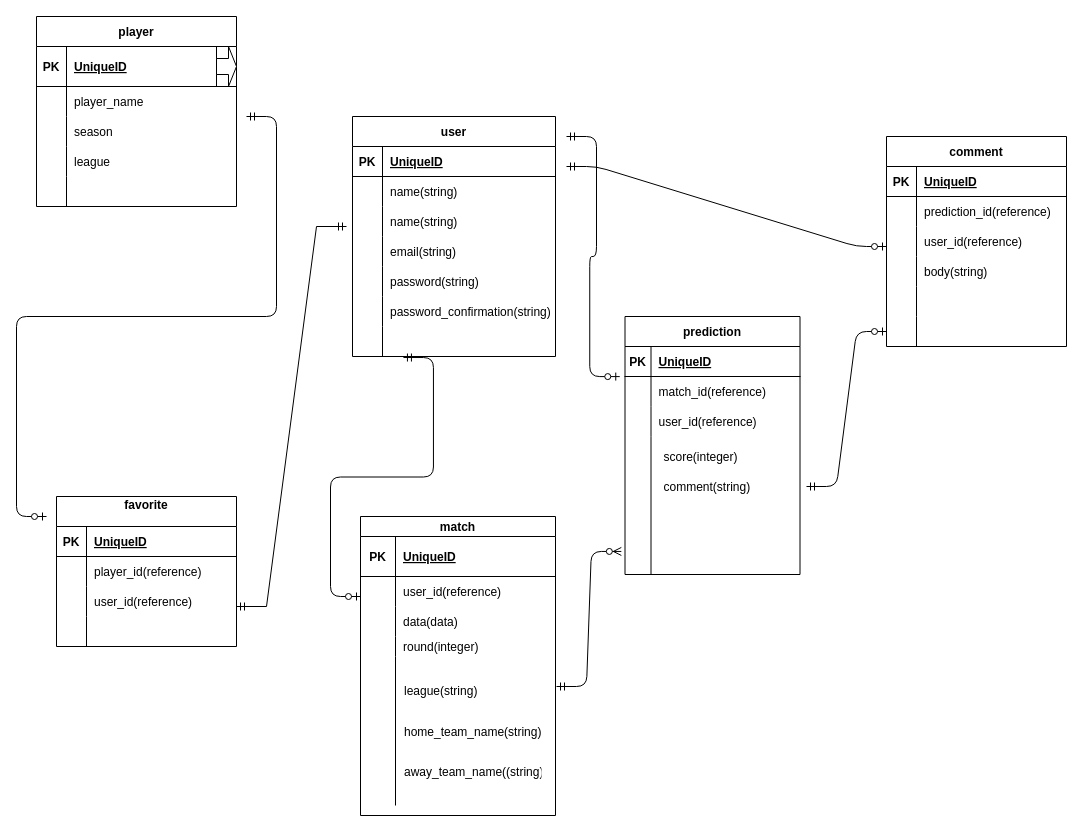
Earlier version of the draw.io diagram er_sample.drawio (Masaki-ohara/Players-Serach). Source tidied: cells renumbered, new cells numbered last; positions are measured from the earlier drawing's top-left corner, leaving out a move shared by most shapes. Both pictures are drawn from the tidied source at 100%, with x=0, y=0 at pixel (36, 16).
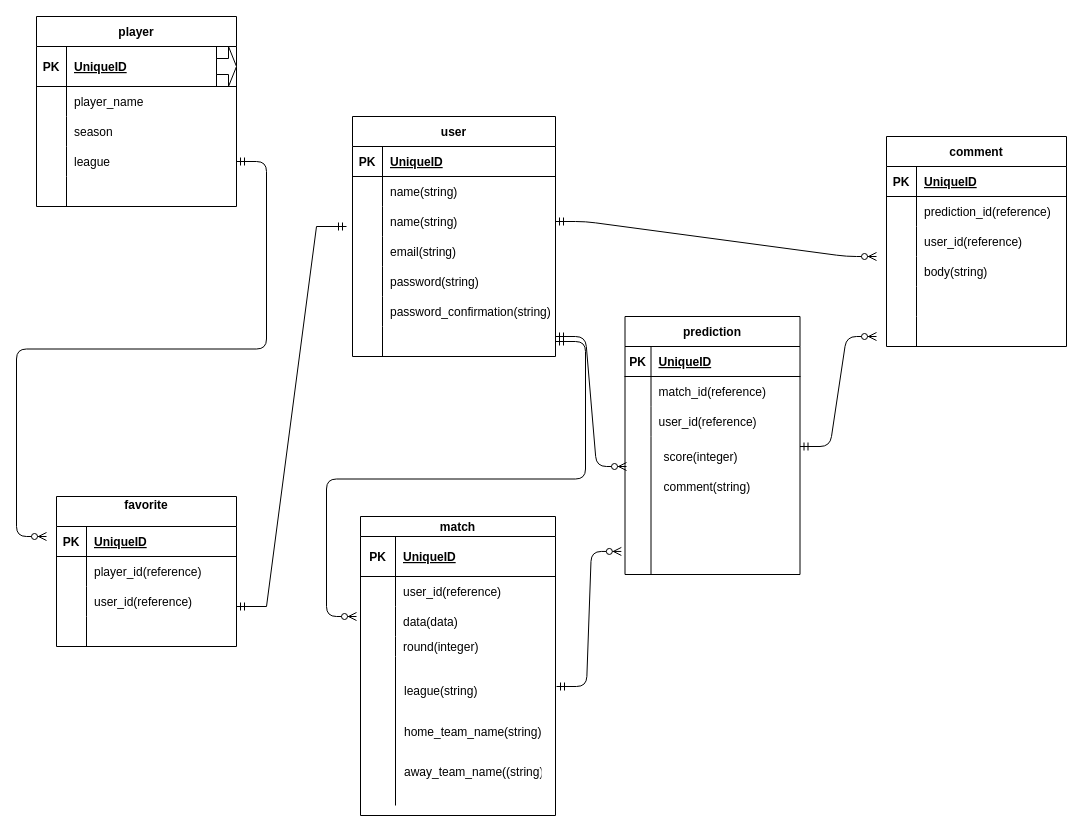
Above is the later version.

Unchanged cells that the change refers to:
```xml
<mxCell id="9" style="shape=tableRow;horizontal=0;startSize=0;swimlaneHead=0;swimlaneBody=0;fillColor=none;points=[[0,0.5],[1,0.5]];portConstraint=eastwest;top=0;left=0;right=0;bottom=0;rounded=0;" parent="2" vertex="1">
  <mxGeometry y="90" width="203" height="30" as="geometry" />
</mxCell>
<mxCell id="21" style="shape=tableRow;horizontal=0;startSize=0;swimlaneHead=0;swimlaneBody=0;fillColor=none;points=[[0,0.5],[1,0.5]];portConstraint=eastwest;top=0;left=0;right=0;bottom=0;rounded=0;" parent="2" vertex="1">
  <mxGeometry y="210" width="203" height="30" as="geometry" />
</mxCell>
<mxCell id="48" style="shape=tableRow;horizontal=0;startSize=0;swimlaneHead=0;swimlaneBody=0;fillColor=none;points=[[0,0.5],[1,0.5]];portConstraint=eastwest;top=0;left=0;right=0;bottom=0;rounded=0;" parent="37" vertex="1">
  <mxGeometry y="130" width="200" height="30" as="geometry" />
</mxCell>
<mxCell id="78" style="shape=tableRow;horizontal=0;startSize=0;swimlaneHead=0;swimlaneBody=0;fillColor=none;points=[[0,0.5],[1,0.5]];portConstraint=eastwest;top=0;left=0;right=0;bottom=1;" parent="77" vertex="1">
  <mxGeometry y="30" width="175" height="30" as="geometry" />
</mxCell>
<mxCell id="109" style="shape=tableRow;horizontal=0;startSize=0;swimlaneHead=0;swimlaneBody=0;fillColor=none;points=[[0,0.5],[1,0.5]];portConstraint=eastwest;top=0;left=0;right=0;bottom=0;rounded=0;" parent="93" vertex="1">
  <mxGeometry y="180" width="180" height="30" as="geometry" />
</mxCell>
```

What changed in the source:
```diff
@@
-    <mxCell id="112" style="edgeStyle=entityRelationEdgeStyle;fontSize=12;html=1;endArrow=ERzeroToOne;startArrow=ERmandOne;" parent="1" edge="1">
-      <mxGeometry relative="1" as="geometry">
-        <mxPoint x="530" y="150" as="sourcePoint" />
-        <mxPoint x="850" y="230" as="targetPoint" />
-      </mxGeometry>
-    </mxCell>
@@
-    <mxCell id="114" style="edgeStyle=entityRelationEdgeStyle;fontSize=12;html=1;endArrow=ERzeroToOne;startArrow=ERmandOne;exitX=0.251;exitY=1.034;exitDx=0;exitDy=0;exitPerimeter=0;" parent="1" edge="1" source="21">
-      <mxGeometry relative="1" as="geometry">
-        <mxPoint x="324" y="580" as="targetPoint" />
-      </mxGeometry>
-    </mxCell>
-    <mxCell id="115" style="edgeStyle=entityRelationEdgeStyle;fontSize=12;html=1;endArrow=ERzeroToOne;startArrow=ERmandOne;entryX=0;entryY=0.5;entryDx=0;entryDy=0;" parent="1" edge="1" target="109">
-      <mxGeometry relative="1" as="geometry">
-        <mxPoint x="770" y="470" as="sourcePoint" />
-      </mxGeometry>
-    </mxCell>
-    <mxCell id="116" style="edgeStyle=entityRelationEdgeStyle;fontSize=12;html=1;endArrow=ERzeroToOne;startArrow=ERmandOne;" parent="1" edge="1">
-      <mxGeometry relative="1" as="geometry">
-        <mxPoint x="210" y="100" as="sourcePoint" />
-        <mxPoint x="10" y="500" as="targetPoint" />
-      </mxGeometry>
-    </mxCell>
-    <mxCell id="117" style="edgeStyle=entityRelationEdgeStyle;fontSize=12;html=1;endArrow=ERzeroToOne;startArrow=ERmandOne;entryX=-0.03;entryY=1.003;entryDx=0;entryDy=0;entryPerimeter=0;" parent="1" edge="1" target="78">
-      <mxGeometry relative="1" as="geometry">
-        <mxPoint x="530" y="120" as="sourcePoint" />
-      </mxGeometry>
-    </mxCell>
+    <mxCell id="118" style="edgeStyle=entityRelationEdgeStyle;fontSize=12;html=1;endArrow=ERzeroToMany;startArrow=ERmandOne;" parent="1" edge="1">
+      <mxGeometry relative="1" as="geometry">
+        <mxPoint x="763.5" y="430" as="sourcePoint" />
+        <mxPoint x="840" y="320" as="targetPoint" />
+      </mxGeometry>
+    </mxCell>
+    <mxCell id="119" style="edgeStyle=entityRelationEdgeStyle;fontSize=12;html=1;endArrow=ERzeroToMany;startArrow=ERmandOne;exitX=1;exitY=0.5;exitDx=0;exitDy=0;" parent="1" edge="1" source="9">
+      <mxGeometry relative="1" as="geometry">
+        <mxPoint x="840" y="240" as="targetPoint" />
+      </mxGeometry>
+    </mxCell>
+    <mxCell id="120" style="edgeStyle=entityRelationEdgeStyle;fontSize=12;html=1;endArrow=ERzeroToMany;startArrow=ERmandOne;" parent="1" edge="1">
+      <mxGeometry relative="1" as="geometry">
+        <mxPoint x="519" y="320" as="sourcePoint" />
+        <mxPoint x="590" y="450" as="targetPoint" />
+      </mxGeometry>
+    </mxCell>
+    <mxCell id="121" style="edgeStyle=entityRelationEdgeStyle;fontSize=12;html=1;endArrow=ERzeroToMany;startArrow=ERmandOne;" parent="1" edge="1" source="21">
+      <mxGeometry relative="1" as="geometry">
+        <mxPoint x="320" y="600" as="targetPoint" />
+      </mxGeometry>
+    </mxCell>
+    <mxCell id="122" style="edgeStyle=entityRelationEdgeStyle;fontSize=12;html=1;endArrow=ERzeroToMany;startArrow=ERmandOne;exitX=1;exitY=0.5;exitDx=0;exitDy=0;" parent="1" edge="1" source="48">
+      <mxGeometry relative="1" as="geometry">
+        <mxPoint x="10" y="520" as="targetPoint" />
+      </mxGeometry>
+    </mxCell>
```
